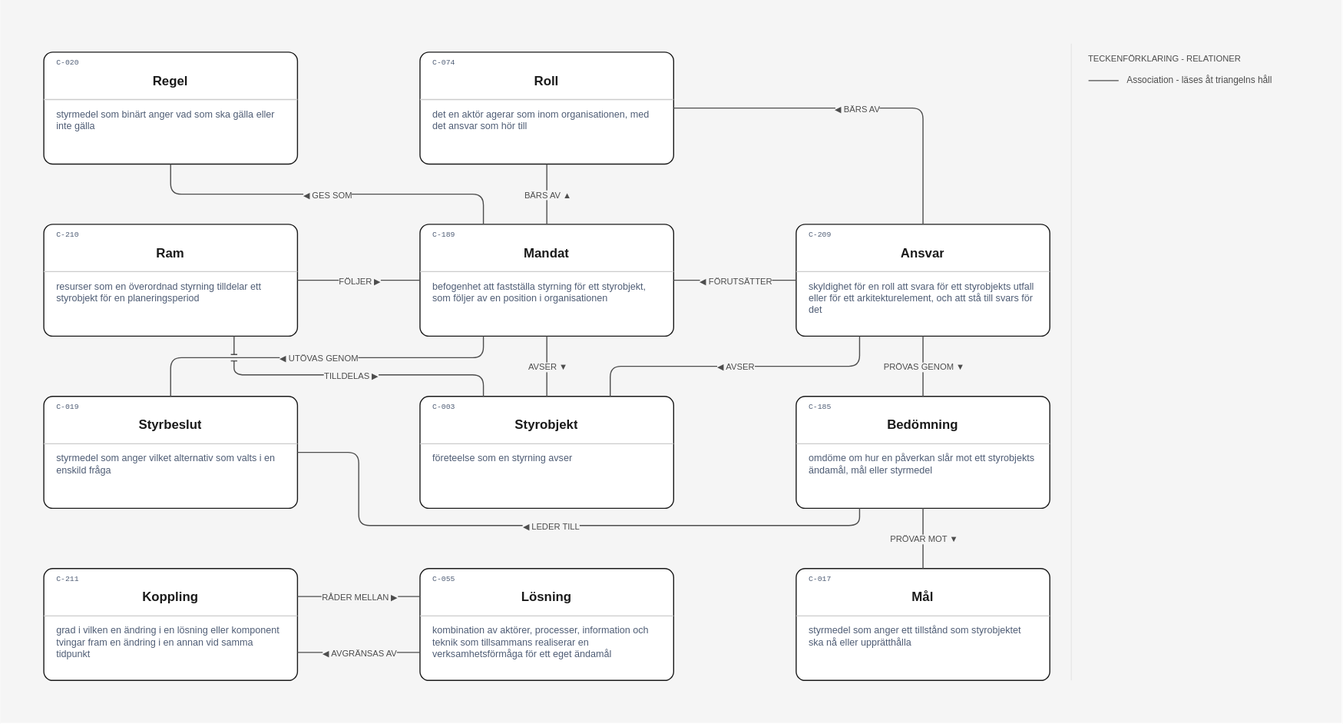
nickdin/gestaltadet-katalog keeps this draw.io diagram as layout/Styrning/Mandat och ansvar begreppsmodell.drawio.svg. Above is the earlier version. Source tidied: cells renumbered, new cells last; positions are measured from the earlier drawing's top-left corner, leaving out a move shared by most shapes.
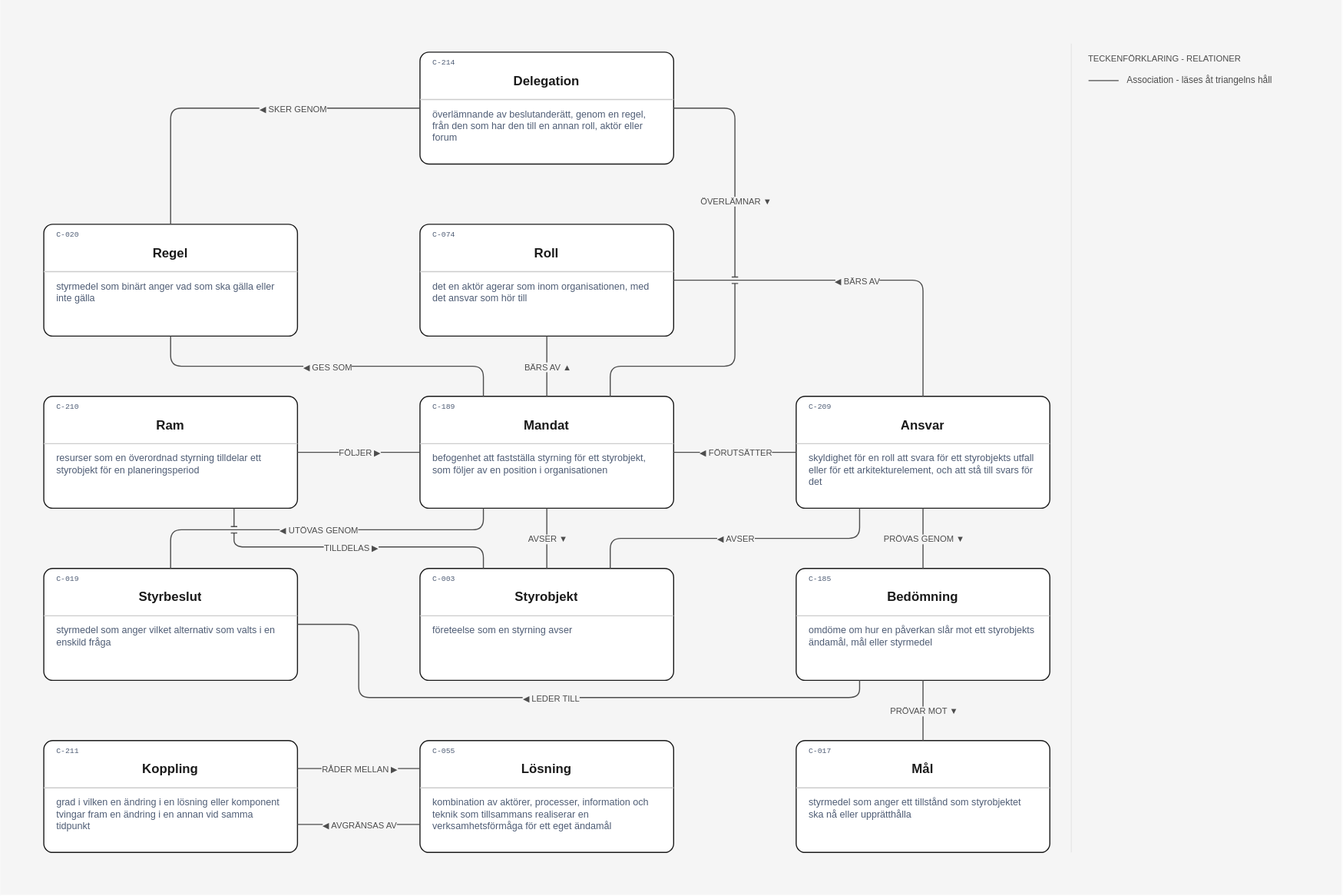
Later version of the same file.

Commit message:
Ritningen Mandat och ansvar begreppsmodell: Delegation (C-214) tillagd med 2 pilar, inga pilar ändrade eller borttagna (Ticket #150)

Claude-Session: https://claude.ai/code/session_014hgawL9PgrnHact8VKPzd3

The edit, as a diff of the source:
```diff
@@ -3,7 +3,7 @@
     <mxCell id="0" />
     <mxCell id="1" parent="0" />
     <mxCell id="2" style="rounded=0;whiteSpace=wrap;html=1;fillColor=#f5f5f5;strokeColor=none;" parent="1" vertex="1">
-      <mxGeometry width="1248" height="672" as="geometry" />
+      <mxGeometry y="-160" width="1248" height="832" as="geometry" />
     </mxCell>
     <mxCell id="3" style="group;" parent="1" vertex="1">
       <mxGeometry x="40" y="48" width="236" height="104" as="geometry" />
@@ -352,21 +352,64 @@
     </mxCell>
     <mxCell id="97" style="endArrow=none;html=1;strokeColor=#e8e8e8;" parent="1" edge="1">
       <mxGeometry relative="1" as="geometry">
-        <mxPoint x="996" y="40" as="sourcePoint" />
+        <mxPoint x="996" y="-120" as="sourcePoint" />
         <mxPoint x="996" y="632" as="targetPoint" />
       </mxGeometry>
     </mxCell>
     <mxCell id="98" value="TECKENFÖRKLARING - RELATIONER" style="text;html=1;strokeColor=none;fillColor=none;align=left;verticalAlign=middle;whiteSpace=wrap;overflow=hidden;fontFamily=Helvetica;fontSize=8;fontColor=#4d4d4d;fontStyle=0;spacing=0;" parent="1" vertex="1">
-      <mxGeometry x="1012" y="48" width="161.1" height="12" as="geometry" />
+      <mxGeometry x="1012" y="-112" width="161.1" height="12" as="geometry" />
     </mxCell>
     <mxCell id="99" style="edgeStyle=orthogonalEdgeStyle;rounded=1;html=1;strokeColor=#4d4d4d;strokeWidth=1;endArrow=none;endSize=8;" parent="1" edge="1">
       <mxGeometry relative="1" as="geometry">
-        <mxPoint x="1012" y="74.4" as="sourcePoint" />
-        <mxPoint x="1040" y="74.4" as="targetPoint" />
+        <mxPoint x="1012" y="-85.6" as="sourcePoint" />
+        <mxPoint x="1040" y="-85.6" as="targetPoint" />
       </mxGeometry>
     </mxCell>
     <mxCell id="100" value="Association - läses åt triangelns håll" style="text;html=1;strokeColor=none;fillColor=none;align=left;verticalAlign=middle;whiteSpace=wrap;overflow=hidden;fontFamily=Helvetica;fontSize=8.5;fontColor=#4d4d4d;fontStyle=0;spacing=0;" parent="1" vertex="1">
-      <mxGeometry x="1048" y="68" width="160" height="12.8" as="geometry" />
+      <mxGeometry x="1048" y="-92" width="160" height="12.8" as="geometry" />
     </mxCell>
+    <mxCell id="101" style="group;" parent="1" vertex="1">
+      <mxGeometry x="390" y="-112" width="236" height="104" as="geometry" />
+    </mxCell>
+    <mxCell id="102" style="rounded=1;arcSize=8;whiteSpace=wrap;html=1;fillColor=#ffffff;strokeColor=#1a1a1a;strokeWidth=1;" parent="101" vertex="1">
+      <mxGeometry width="236" height="104" as="geometry" />
+    </mxCell>
+    <mxCell id="103" value="Delegation" style="text;html=1;strokeColor=none;fillColor=none;align=center;verticalAlign=middle;whiteSpace=wrap;overflow=hidden;fontFamily=Helvetica;fontSize=12;fontColor=#1a1a1a;fontStyle=1;spacing=0;" parent="101" vertex="1">
+      <mxGeometry x="38" y="18" width="160" height="18" as="geometry" />
+    </mxCell>
+    <mxCell id="104" style="endArrow=none;html=1;strokeColor=#cccccc;" parent="101" edge="1">
+      <mxGeometry relative="1" as="geometry">
+        <mxPoint y="44" as="sourcePoint" />
+        <mxPoint x="236" y="44" as="targetPoint" />
+      </mxGeometry>
+    </mxCell>
+    <mxCell id="105" value="C-214" style="text;html=1;strokeColor=none;fillColor=none;align=left;verticalAlign=middle;whiteSpace=wrap;overflow=hidden;fontFamily=Courier New;fontSize=7;fontColor=#4f5d75;spacing=0;" parent="101" vertex="1">
+      <mxGeometry x="12" y="5" width="60" height="10" as="geometry" />
+    </mxCell>
+    <mxCell id="106" value="överlämnande av beslutanderätt, genom en regel, från den som har den till en annan roll, aktör eller forum" style="text;html=1;strokeColor=none;fillColor=none;align=left;verticalAlign=top;whiteSpace=wrap;overflow=hidden;fontFamily=Helvetica;fontSize=9;fontColor=#4f5d75;spacing=0;spacingTop=0;" parent="101" vertex="1">
+      <mxGeometry x="12" y="48" width="212" height="50" as="geometry" />
+    </mxCell>
+    <mxCell id="107" style="edgeStyle=orthogonalEdgeStyle;rounded=1;html=1;strokeColor=#4d4d4d;strokeWidth=1;endArrow=none;endSize=8;jumpStyle=line;exitX=0;exitY=0.5;exitDx=0;exitDy=0;entryX=0.5;entryY=0;entryDx=0;entryDy=0;" parent="1" edge="1" source="102" target="4">
+      <mxGeometry relative="1" as="geometry">
+        <Array as="points">
+          <mxPoint x="158" y="-60" />
+        </Array>
+      </mxGeometry>
+    </mxCell>
+    <mxCell id="108" value="◀ SKER GENOM" style="edgeLabel;html=1;align=center;verticalAlign=middle;fontFamily=Helvetica;fontSize=8;fontColor=#4d4d4d;fontStyle=0;labelBackgroundColor=#f5f5f5;" parent="107" vertex="1">
+      <mxGeometry x="-0.3" relative="1" as="geometry" />
+    </mxCell>
+    <mxCell id="109" style="edgeStyle=orthogonalEdgeStyle;rounded=1;html=1;strokeColor=#4d4d4d;strokeWidth=1;endArrow=none;endSize=8;jumpStyle=line;exitX=1;exitY=0.5;exitDx=0;exitDy=0;entryX=0.75;entryY=0;entryDx=0;entryDy=0;" parent="1" edge="1" source="102" target="22">
+      <mxGeometry relative="1" as="geometry">
+        <Array as="points">
+          <mxPoint x="683" y="-60" />
+          <mxPoint x="683" y="180" />
+          <mxPoint x="567" y="180" />
+        </Array>
+      </mxGeometry>
+    </mxCell>
+    <mxCell id="110" value="ÖVERLÄMNAR ▼" style="edgeLabel;html=1;align=center;verticalAlign=middle;fontFamily=Helvetica;fontSize=8;fontColor=#4d4d4d;fontStyle=0;labelBackgroundColor=#f5f5f5;" parent="109" vertex="1">
+      <mxGeometry x="-0.35" relative="1" as="geometry" />
+    </mxCell>
   </root>
 </mxGraphModel>
```
